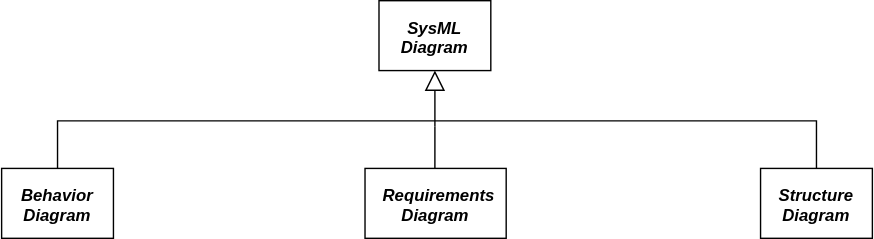
Above: Views/SysML_Diagrams.svg in JeffreyWerth/AWS-Architecture-Model-Repository (draw.io), before the change. Source tidied: cells renumbered, new cells last; positions are measured from the earlier drawing's top-left corner, leaving out a move shared by most shapes.
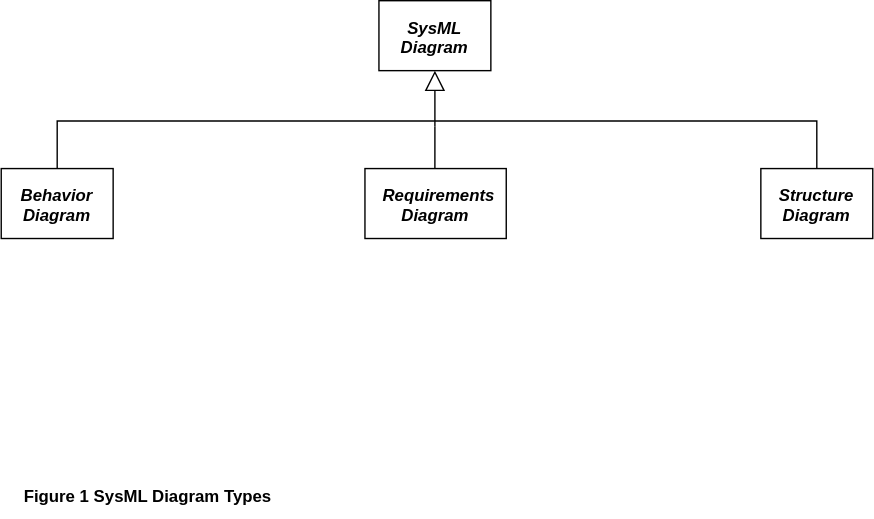
Later version of the same file.

Commit message:
Updated SysML Diagrams Section

The edit, as a diff of the source:
```diff
@@ -44,5 +44,8 @@
         </Array>
       </mxGeometry>
     </mxCell>
+    <mxCell id="10" value="Figure 1 SysML Diagram Types" style="text;html=1;strokeColor=none;fillColor=none;align=center;verticalAlign=middle;whiteSpace=wrap;rounded=0;fontStyle=1;" parent="1" vertex="1">
+      <mxGeometry x="10" y="340" width="190" height="30" as="geometry" />
+    </mxCell>
   </root>
 </mxGraphModel>
```
